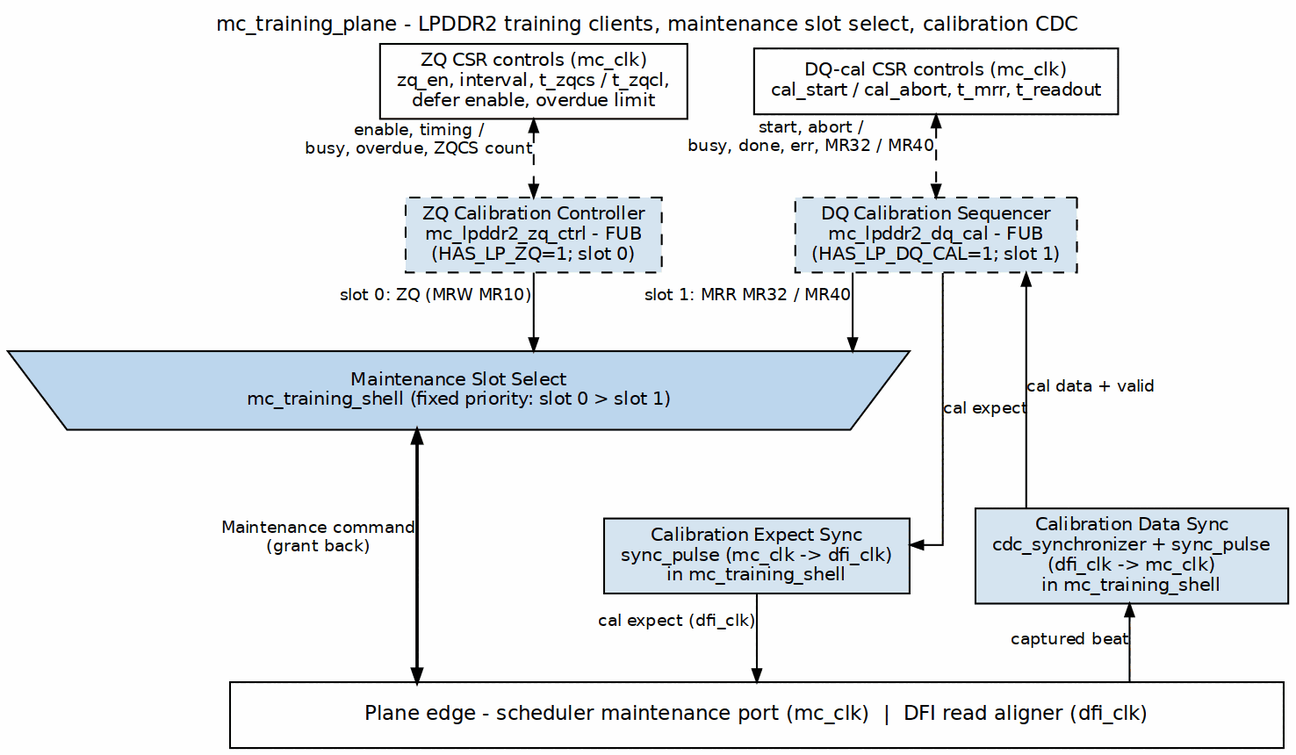
This is projects/components/mem-ctrl-ip/common-ip/docs/common_mas/assets/graphviz/04_mc_training_plane.png from sean-galloway/RTLDesignSherpa, a Graphviz export, as it was before one commit. Its source is kept beside it as projects/components/mem-ctrl-ip/common-ip/docs/common_mas/assets/graphviz/04_mc_training_plane.dot.
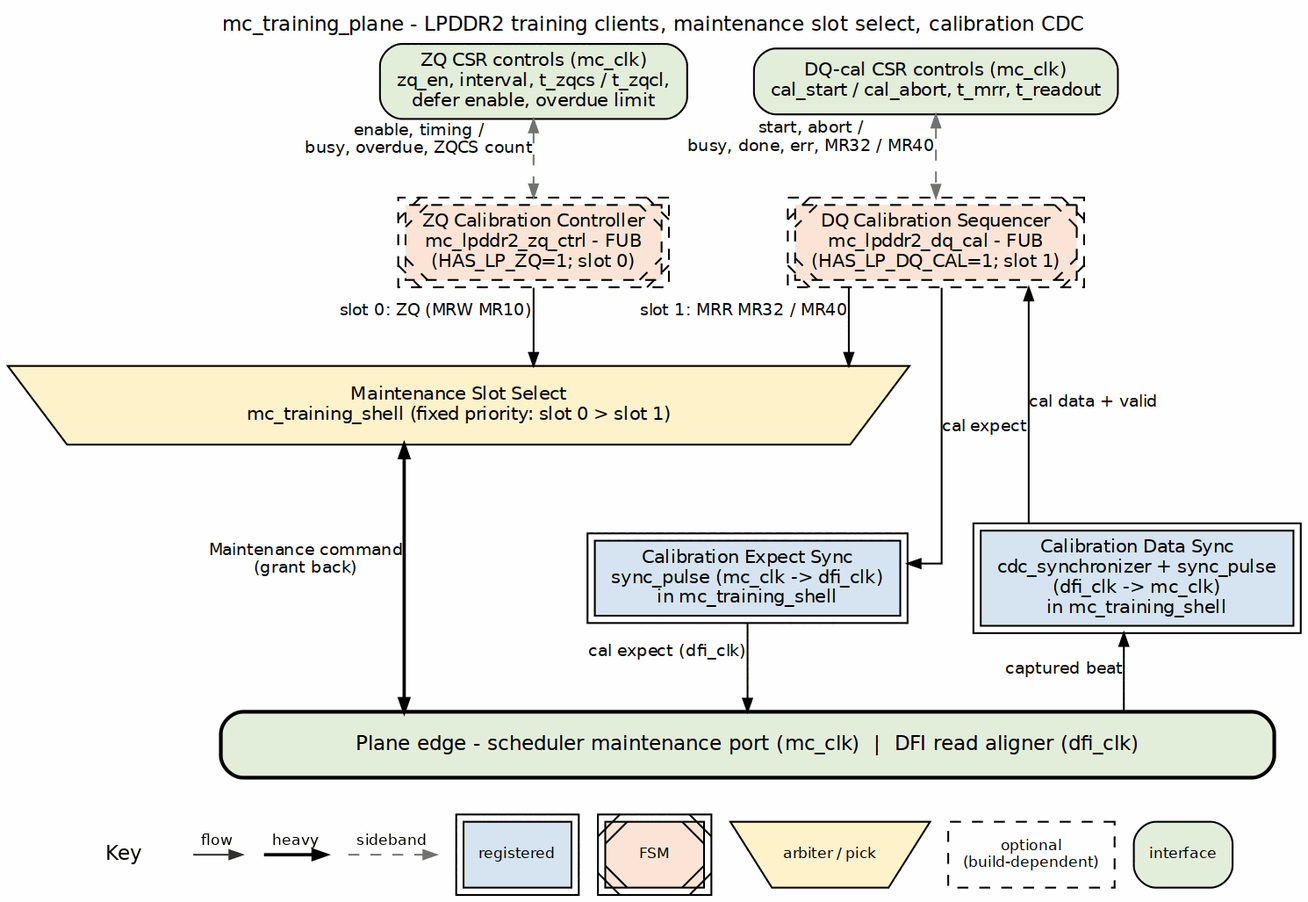
Above is the later version.

Change to the diagram source:
```diff
@@ -4,26 +4,26 @@
            label="mc_training_plane - LPDDR2 training clients, maintenance slot select, calibration CDC",
            labelloc=t, labeljust=c];
     node  [fontname="Helvetica", fontsize=10, shape=box, style=filled,
-           fillcolor="#D6E4F0", color="black", margin="0.12,0.06"];
+           fillcolor="white", color="black", margin="0.12,0.06"];
     edge  [fontname="Helvetica", fontsize=9, color="black", arrowsize=0.7];
 
-    csr_zq [label="ZQ CSR controls (mc_clk)\nzq_en, interval, t_zqcs / t_zqcl,\ndefer enable, overdue limit", fillcolor="white"];
-    csr_cal [label="DQ-cal CSR controls (mc_clk)\ncal_start / cal_abort, t_mrr, t_readout", fillcolor="white"];
+    csr_zq [label="ZQ CSR controls (mc_clk)\nzq_en, interval, t_zqcs / t_zqcl,\ndefer enable, overdue limit", fillcolor="white", style="rounded,filled", fillcolor="#E2EFDA"];
+    csr_cal [label="DQ-cal CSR controls (mc_clk)\ncal_start / cal_abort, t_mrr, t_readout", fillcolor="white", style="rounded,filled", fillcolor="#E2EFDA"];
 
-    zq  [label="ZQ Calibration Controller\nmc_lpddr2_zq_ctrl - FUB\n(HAS_LP_ZQ=1; slot 0)", style="filled,dashed"];
-    dqc [label="DQ Calibration Sequencer\nmc_lpddr2_dq_cal - FUB\n(HAS_LP_DQ_CAL=1; slot 1)", style="filled,dashed"];
+    zq  [label="ZQ Calibration Controller\nmc_lpddr2_zq_ctrl - FUB\n(HAS_LP_ZQ=1; slot 0)", style="filled,dashed", peripheries=2, style="filled,diagonals,dashed", fillcolor="#FCE4D6"];
+    dqc [label="DQ Calibration Sequencer\nmc_lpddr2_dq_cal - FUB\n(HAS_LP_DQ_CAL=1; slot 1)", style="filled,dashed", peripheries=2, style="filled,diagonals,dashed", fillcolor="#FCE4D6"];
 
     sel [label="Maintenance Slot Select\nmc_training_shell (fixed priority: slot 0 > slot 1)",
-         shape=polygon, sides=4, distortion=0.10, width=5.2, height=0.6, fillcolor="#BDD7EE"];
+         shape=polygon, sides=4, distortion=0.10, width=5.2, height=0.6, fillcolor="#BDD7EE", style="filled", fillcolor="#FFF2CC"];
 
-    exp_sync [label="Calibration Expect Sync\nsync_pulse (mc_clk -> dfi_clk)\nin mc_training_shell"];
-    dat_sync [label="Calibration Data Sync\ncdc_synchronizer + sync_pulse\n(dfi_clk -> mc_clk)\nin mc_training_shell"];
+    exp_sync [label="Calibration Expect Sync\nsync_pulse (mc_clk -> dfi_clk)\nin mc_training_shell", peripheries=2, style="filled", fillcolor="#D6E4F0"];
+    dat_sync [label="Calibration Data Sync\ncdc_synchronizer + sync_pulse\n(dfi_clk -> mc_clk)\nin mc_training_shell", peripheries=2, style="filled", fillcolor="#D6E4F0"];
 
     bar [label="Plane edge - scheduler maintenance port (mc_clk)  |  DFI read aligner (dfi_clk)",
-         fillcolor="white", width=8, height=0.5, fontsize=11];
+         fillcolor="white", width=8, height=0.5, fontsize=11, style="rounded,filled,bold", fillcolor="#E2EFDA"];
 
-    csr_zq  -> zq  [dir=both, style=dashed, xlabel="enable, timing /\nbusy, overdue, ZQCS count"];
-    csr_cal -> dqc [dir=both, style=dashed, xlabel="start, abort /\nbusy, done, err, MR32 / MR40"];
+    csr_zq  -> zq  [dir=both, style=dashed, color="#777777", xlabel="enable, timing /\nbusy, overdue, ZQCS count"];
+    csr_cal -> dqc [dir=both, style=dashed, color="#777777", xlabel="start, abort /\nbusy, done, err, MR32 / MR40"];
 
     zq  -> sel [xlabel="slot 0: ZQ (MRW MR10)"];
     dqc -> sel [xlabel="slot 1: MRR MR32 / MR40"];
```
